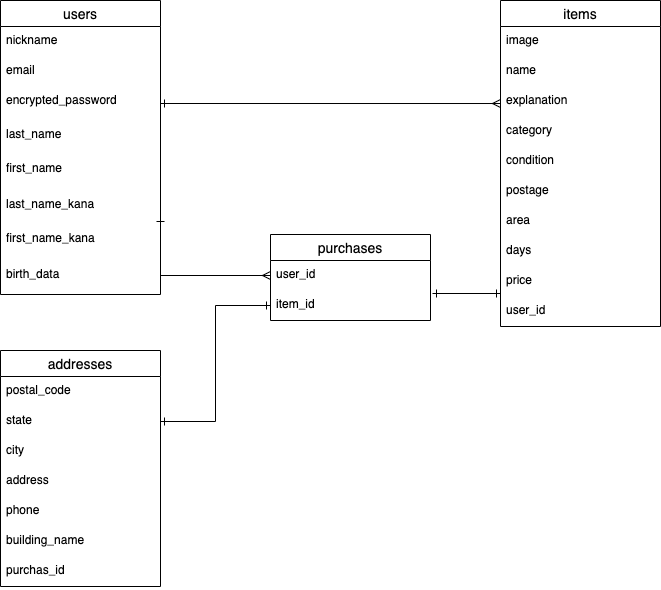
The draw.io diagram ER.drawio.png in makikoma/furima-34318, before a commit. Source tidied: cells renumbered, new cells last; positions are measured from the earlier drawing's top-left corner, leaving out a move shared by most shapes. The source it was exported from:
```xml
<mxGraphModel>
  <root>
    <mxCell id="0" />
    <mxCell id="1" parent="0" />
    <mxCell id="2" value="addresses" style="swimlane;fontStyle=0;horizontal=1;startSize=26;align=center;fontSize=14;" parent="1" vertex="1">
      <mxGeometry y="350" width="160" height="236" as="geometry" />
    </mxCell>
    <mxCell id="3" value="postal_code" style="text;strokeColor=none;fillColor=none;spacingLeft=4;spacingRight=4;overflow=hidden;fontSize=12;" parent="2" vertex="1">
      <mxGeometry y="26" width="160" height="30" as="geometry" />
    </mxCell>
    <mxCell id="4" value="state" style="text;strokeColor=none;fillColor=none;spacingLeft=4;spacingRight=4;overflow=hidden;points=[[0,0.5],[1,0.5]];portConstraint=eastwest;fontSize=12;" parent="2" vertex="1">
      <mxGeometry y="56" width="160" height="30" as="geometry" />
    </mxCell>
    <mxCell id="5" value="city" style="text;strokeColor=none;fillColor=none;spacingLeft=4;spacingRight=4;overflow=hidden;fontSize=12;" parent="2" vertex="1">
      <mxGeometry y="86" width="160" height="30" as="geometry" />
    </mxCell>
    <mxCell id="6" value="address" style="text;strokeColor=none;fillColor=none;spacingLeft=4;spacingRight=4;overflow=hidden;fontSize=12;" parent="2" vertex="1">
      <mxGeometry y="116" width="160" height="30" as="geometry" />
    </mxCell>
    <mxCell id="7" value="phone" style="text;strokeColor=none;fillColor=none;spacingLeft=4;spacingRight=4;overflow=hidden;fontSize=12;" parent="2" vertex="1">
      <mxGeometry y="146" width="160" height="30" as="geometry" />
    </mxCell>
    <mxCell id="8" value="building_name" style="text;strokeColor=none;fillColor=none;spacingLeft=4;spacingRight=4;overflow=hidden;fontSize=12;" parent="2" vertex="1">
      <mxGeometry y="176" width="160" height="30" as="geometry" />
    </mxCell>
    <mxCell id="9" value="purchas_id" style="text;strokeColor=none;fillColor=none;spacingLeft=4;spacingRight=4;overflow=hidden;fontSize=12;" parent="2" vertex="1">
      <mxGeometry y="206" width="160" height="30" as="geometry" />
    </mxCell>
    <mxCell id="10" value="users" style="swimlane;fontStyle=0;horizontal=1;startSize=26;align=center;fontSize=14;" parent="1" vertex="1">
      <mxGeometry width="160" height="294" as="geometry" />
    </mxCell>
    <mxCell id="11" value="nickname" style="text;strokeColor=none;fillColor=none;spacingLeft=4;spacingRight=4;overflow=hidden;fontSize=12;" parent="10" vertex="1">
      <mxGeometry y="26" width="160" height="30" as="geometry" />
    </mxCell>
    <mxCell id="12" value="email" style="text;strokeColor=none;fillColor=none;spacingLeft=4;spacingRight=4;overflow=hidden;fontSize=12;" parent="10" vertex="1">
      <mxGeometry y="56" width="160" height="30" as="geometry" />
    </mxCell>
    <mxCell id="13" value="encrypted_password" style="text;strokeColor=none;fillColor=none;spacingLeft=4;spacingRight=4;overflow=hidden;points=[[0,0.5],[1,0.5]];portConstraint=eastwest;fontSize=12;" parent="10" vertex="1">
      <mxGeometry y="86" width="160" height="34" as="geometry" />
    </mxCell>
    <mxCell id="14" value="last_name" style="text;strokeColor=none;fillColor=none;spacingLeft=4;spacingRight=4;overflow=hidden;fontSize=12;" parent="10" vertex="1">
      <mxGeometry y="120" width="160" height="34" as="geometry" />
    </mxCell>
    <mxCell id="15" value="first_name" style="text;strokeColor=none;fillColor=none;spacingLeft=4;spacingRight=4;overflow=hidden;fontSize=12;" parent="10" vertex="1">
      <mxGeometry y="154" width="160" height="36" as="geometry" />
    </mxCell>
    <mxCell id="16" value="last_name_kana" style="text;strokeColor=none;fillColor=none;spacingLeft=4;spacingRight=4;overflow=hidden;fontSize=12;" parent="10" vertex="1">
      <mxGeometry y="190" width="160" height="34" as="geometry" />
    </mxCell>
    <mxCell id="17" value="first_name_kana" style="text;strokeColor=none;fillColor=none;spacingLeft=4;spacingRight=4;overflow=hidden;fontSize=12;" parent="10" vertex="1">
      <mxGeometry y="224" width="160" height="36" as="geometry" />
    </mxCell>
    <mxCell id="18" value="birth_data" style="text;strokeColor=none;fillColor=none;spacingLeft=4;spacingRight=4;overflow=hidden;fontSize=12;" parent="10" vertex="1">
      <mxGeometry y="260" width="160" height="34" as="geometry" />
    </mxCell>
    <mxCell id="19" value="purchases" style="swimlane;fontStyle=0;horizontal=1;startSize=26;align=center;fontSize=14;" parent="1" vertex="1">
      <mxGeometry x="270" y="234" width="160" height="86" as="geometry" />
    </mxCell>
    <mxCell id="20" value="user_id" style="text;strokeColor=none;fillColor=none;spacingLeft=4;spacingRight=4;overflow=hidden;points=[[0,0.5],[1,0.5]];portConstraint=eastwest;fontSize=12;" parent="19" vertex="1">
      <mxGeometry y="26" width="160" height="30" as="geometry" />
    </mxCell>
    <mxCell id="21" value="item_id" style="text;strokeColor=none;fillColor=none;spacingLeft=4;spacingRight=4;overflow=hidden;points=[[0,0.5],[1,0.5]];portConstraint=eastwest;fontSize=12;" parent="19" vertex="1">
      <mxGeometry y="56" width="160" height="30" as="geometry" />
    </mxCell>
    <mxCell id="22" value="items" style="swimlane;fontStyle=0;horizontal=1;startSize=26;align=center;fontSize=14;" parent="1" vertex="1">
      <mxGeometry x="500" width="160" height="326" as="geometry" />
    </mxCell>
    <mxCell id="23" value="image" style="text;strokeColor=none;fillColor=none;spacingLeft=4;spacingRight=4;overflow=hidden;fontSize=12;" parent="22" vertex="1">
      <mxGeometry y="26" width="160" height="30" as="geometry" />
    </mxCell>
    <mxCell id="24" value="name" style="text;strokeColor=none;fillColor=none;spacingLeft=4;spacingRight=4;overflow=hidden;fontSize=12;" parent="22" vertex="1">
      <mxGeometry y="56" width="160" height="30" as="geometry" />
    </mxCell>
    <mxCell id="25" value="explanation" style="text;strokeColor=none;fillColor=none;spacingLeft=4;spacingRight=4;overflow=hidden;points=[[0,0.5],[1,0.5]];portConstraint=eastwest;fontSize=12;" parent="22" vertex="1">
      <mxGeometry y="86" width="160" height="30" as="geometry" />
    </mxCell>
    <mxCell id="26" value="category" style="text;strokeColor=none;fillColor=none;spacingLeft=4;spacingRight=4;overflow=hidden;fontSize=12;" parent="22" vertex="1">
      <mxGeometry y="116" width="160" height="30" as="geometry" />
    </mxCell>
    <mxCell id="27" value="condition" style="text;strokeColor=none;fillColor=none;spacingLeft=4;spacingRight=4;overflow=hidden;fontSize=12;" parent="22" vertex="1">
      <mxGeometry y="146" width="160" height="30" as="geometry" />
    </mxCell>
    <mxCell id="28" value="postage" style="text;strokeColor=none;fillColor=none;spacingLeft=4;spacingRight=4;overflow=hidden;fontSize=12;" parent="22" vertex="1">
      <mxGeometry y="176" width="160" height="30" as="geometry" />
    </mxCell>
    <mxCell id="29" value="area" style="text;strokeColor=none;fillColor=none;spacingLeft=4;spacingRight=4;overflow=hidden;fontSize=12;" parent="22" vertex="1">
      <mxGeometry y="206" width="160" height="30" as="geometry" />
    </mxCell>
    <mxCell id="30" value="days" style="text;strokeColor=none;fillColor=none;spacingLeft=4;spacingRight=4;overflow=hidden;fontSize=12;" parent="22" vertex="1">
      <mxGeometry y="236" width="160" height="30" as="geometry" />
    </mxCell>
    <mxCell id="31" value="price" style="text;strokeColor=none;fillColor=none;spacingLeft=4;spacingRight=4;overflow=hidden;points=[[0,0.5],[1,0.5]];portConstraint=eastwest;fontSize=12;" parent="22" vertex="1">
      <mxGeometry y="266" width="160" height="30" as="geometry" />
    </mxCell>
    <mxCell id="32" value="user_id" style="text;strokeColor=none;fillColor=none;spacingLeft=4;spacingRight=4;overflow=hidden;fontSize=12;" parent="22" vertex="1">
      <mxGeometry y="296" width="160" height="30" as="geometry" />
    </mxCell>
    <mxCell id="33" style="edgeStyle=orthogonalEdgeStyle;rounded=0;jettySize=auto;html=1;exitX=0;exitY=0.5;exitDx=0;exitDy=0;entryX=1;entryY=0.5;entryDx=0;entryDy=0;startArrow=ERone;startFill=0;endArrow=ERone;endFill=0;" parent="1" edge="1" source="21" target="4">
      <mxGeometry relative="1" as="geometry" />
    </mxCell>
    <mxCell id="34" style="edgeStyle=orthogonalEdgeStyle;rounded=0;jettySize=auto;html=1;exitX=1;exitY=0.5;exitDx=0;exitDy=0;startArrow=ERone;startFill=0;endArrow=ERmany;endFill=0;" parent="1" edge="1" target="20">
      <mxGeometry relative="1" as="geometry">
        <mxPoint x="160" y="217" as="sourcePoint" />
      </mxGeometry>
    </mxCell>
    <mxCell id="35" style="edgeStyle=orthogonalEdgeStyle;rounded=0;jettySize=auto;html=1;entryX=0;entryY=0.9;entryDx=0;entryDy=0;entryPerimeter=0;startArrow=ERone;startFill=0;endArrow=ERone;endFill=0;" parent="1" edge="1" target="31">
      <mxGeometry relative="1" as="geometry">
        <mxPoint x="432" y="293" as="sourcePoint" />
      </mxGeometry>
    </mxCell>
    <mxCell id="36" style="edgeStyle=orthogonalEdgeStyle;rounded=0;jettySize=auto;html=1;exitX=1;exitY=0.5;exitDx=0;exitDy=0;entryX=0;entryY=0.567;entryDx=0;entryDy=0;entryPerimeter=0;startArrow=ERone;startFill=0;endArrow=ERmany;endFill=0;" parent="1" edge="1" source="13" target="25">
      <mxGeometry relative="1" as="geometry" />
    </mxCell>
  </root>
</mxGraphModel>
```
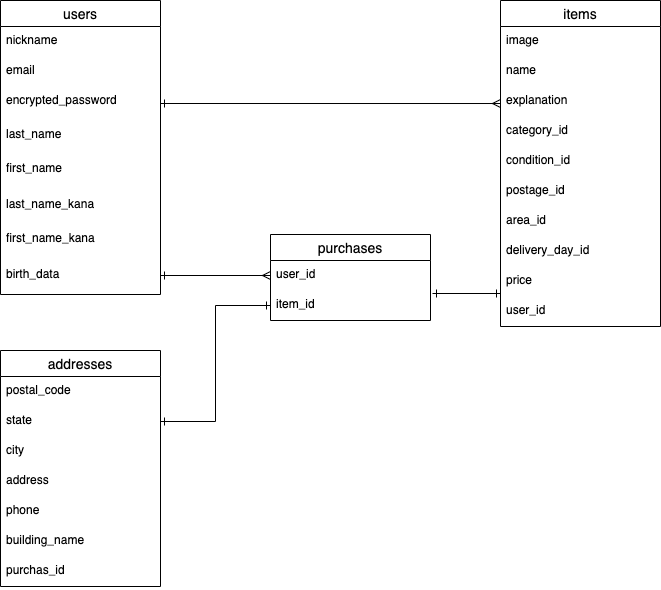
Above is the later version.

Commit message:
修正 テーブル設計

Change to the diagram source:
```diff
@@ -74,19 +74,19 @@
     <mxCell id="25" value="explanation" style="text;strokeColor=none;fillColor=none;spacingLeft=4;spacingRight=4;overflow=hidden;points=[[0,0.5],[1,0.5]];portConstraint=eastwest;fontSize=12;" parent="22" vertex="1">
       <mxGeometry y="86" width="160" height="30" as="geometry" />
     </mxCell>
-    <mxCell id="26" value="category" style="text;strokeColor=none;fillColor=none;spacingLeft=4;spacingRight=4;overflow=hidden;fontSize=12;" parent="22" vertex="1">
+    <mxCell id="26" value="category_id" style="text;strokeColor=none;fillColor=none;spacingLeft=4;spacingRight=4;overflow=hidden;fontSize=12;" parent="22" vertex="1">
       <mxGeometry y="116" width="160" height="30" as="geometry" />
     </mxCell>
-    <mxCell id="27" value="condition" style="text;strokeColor=none;fillColor=none;spacingLeft=4;spacingRight=4;overflow=hidden;fontSize=12;" parent="22" vertex="1">
+    <mxCell id="27" value="condition_id" style="text;strokeColor=none;fillColor=none;spacingLeft=4;spacingRight=4;overflow=hidden;fontSize=12;" parent="22" vertex="1">
       <mxGeometry y="146" width="160" height="30" as="geometry" />
     </mxCell>
-    <mxCell id="28" value="postage" style="text;strokeColor=none;fillColor=none;spacingLeft=4;spacingRight=4;overflow=hidden;fontSize=12;" parent="22" vertex="1">
+    <mxCell id="28" value="postage_id" style="text;strokeColor=none;fillColor=none;spacingLeft=4;spacingRight=4;overflow=hidden;fontSize=12;" parent="22" vertex="1">
       <mxGeometry y="176" width="160" height="30" as="geometry" />
     </mxCell>
-    <mxCell id="29" value="area" style="text;strokeColor=none;fillColor=none;spacingLeft=4;spacingRight=4;overflow=hidden;fontSize=12;" parent="22" vertex="1">
+    <mxCell id="29" value="area_id" style="text;strokeColor=none;fillColor=none;spacingLeft=4;spacingRight=4;overflow=hidden;fontSize=12;" parent="22" vertex="1">
       <mxGeometry y="206" width="160" height="30" as="geometry" />
     </mxCell>
-    <mxCell id="30" value="days" style="text;strokeColor=none;fillColor=none;spacingLeft=4;spacingRight=4;overflow=hidden;fontSize=12;" parent="22" vertex="1">
+    <mxCell id="30" value="delivery_day_id" style="text;strokeColor=none;fillColor=none;spacingLeft=4;spacingRight=4;overflow=hidden;fontSize=12;" parent="22" vertex="1">
       <mxGeometry y="236" width="160" height="30" as="geometry" />
     </mxCell>
     <mxCell id="31" value="price" style="text;strokeColor=none;fillColor=none;spacingLeft=4;spacingRight=4;overflow=hidden;points=[[0,0.5],[1,0.5]];portConstraint=eastwest;fontSize=12;" parent="22" vertex="1">
@@ -98,9 +98,9 @@
     <mxCell id="33" style="edgeStyle=orthogonalEdgeStyle;rounded=0;jettySize=auto;html=1;exitX=0;exitY=0.5;exitDx=0;exitDy=0;entryX=1;entryY=0.5;entryDx=0;entryDy=0;startArrow=ERone;startFill=0;endArrow=ERone;endFill=0;" parent="1" edge="1" source="21" target="4">
       <mxGeometry relative="1" as="geometry" />
     </mxCell>
-    <mxCell id="34" style="edgeStyle=orthogonalEdgeStyle;rounded=0;jettySize=auto;html=1;exitX=1;exitY=0.5;exitDx=0;exitDy=0;startArrow=ERone;startFill=0;endArrow=ERmany;endFill=0;" parent="1" edge="1" target="20">
+    <mxCell id="34" style="edgeStyle=orthogonalEdgeStyle;rounded=0;jettySize=auto;html=1;startArrow=ERone;startFill=0;endArrow=ERmany;endFill=0;" parent="1" edge="1" target="20">
       <mxGeometry relative="1" as="geometry">
-        <mxPoint x="160" y="217" as="sourcePoint" />
+        <mxPoint x="160" y="275" as="sourcePoint" />
       </mxGeometry>
     </mxCell>
     <mxCell id="35" style="edgeStyle=orthogonalEdgeStyle;rounded=0;jettySize=auto;html=1;entryX=0;entryY=0.9;entryDx=0;entryDy=0;entryPerimeter=0;startArrow=ERone;startFill=0;endArrow=ERone;endFill=0;" parent="1" edge="1" target="31">
```
